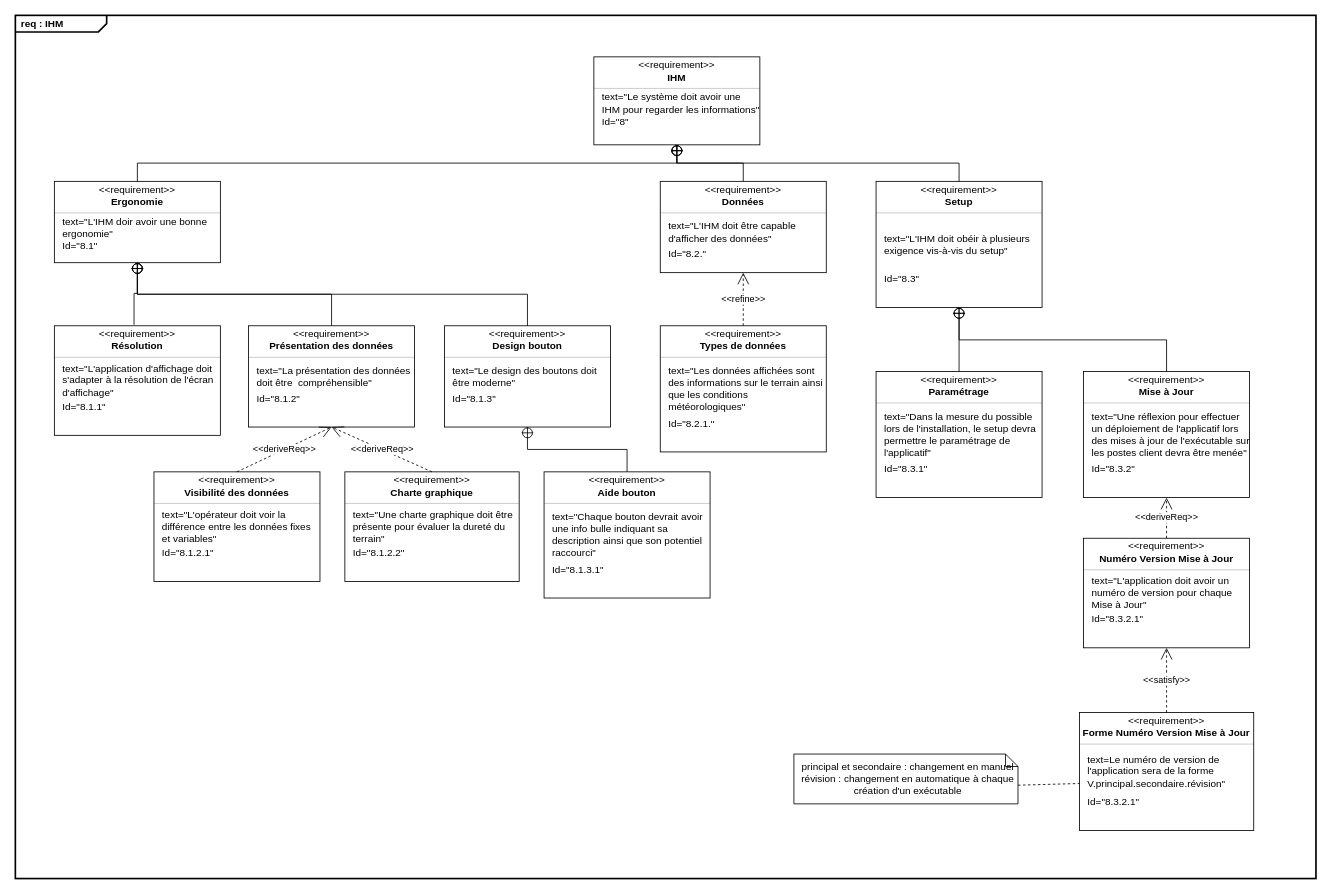
Earlier version of the draw.io diagram SYSML/Diagramme_Requirement_IHM.drawio (ToGen49/Hippodrome). Source tidied: cells renumbered, new cells numbered last; positions are measured from the earlier drawing's top-left corner, leaving out a move shared by most shapes. Both pictures are drawn from the tidied source at 83%, with x=0, y=0 at pixel (15, 15).
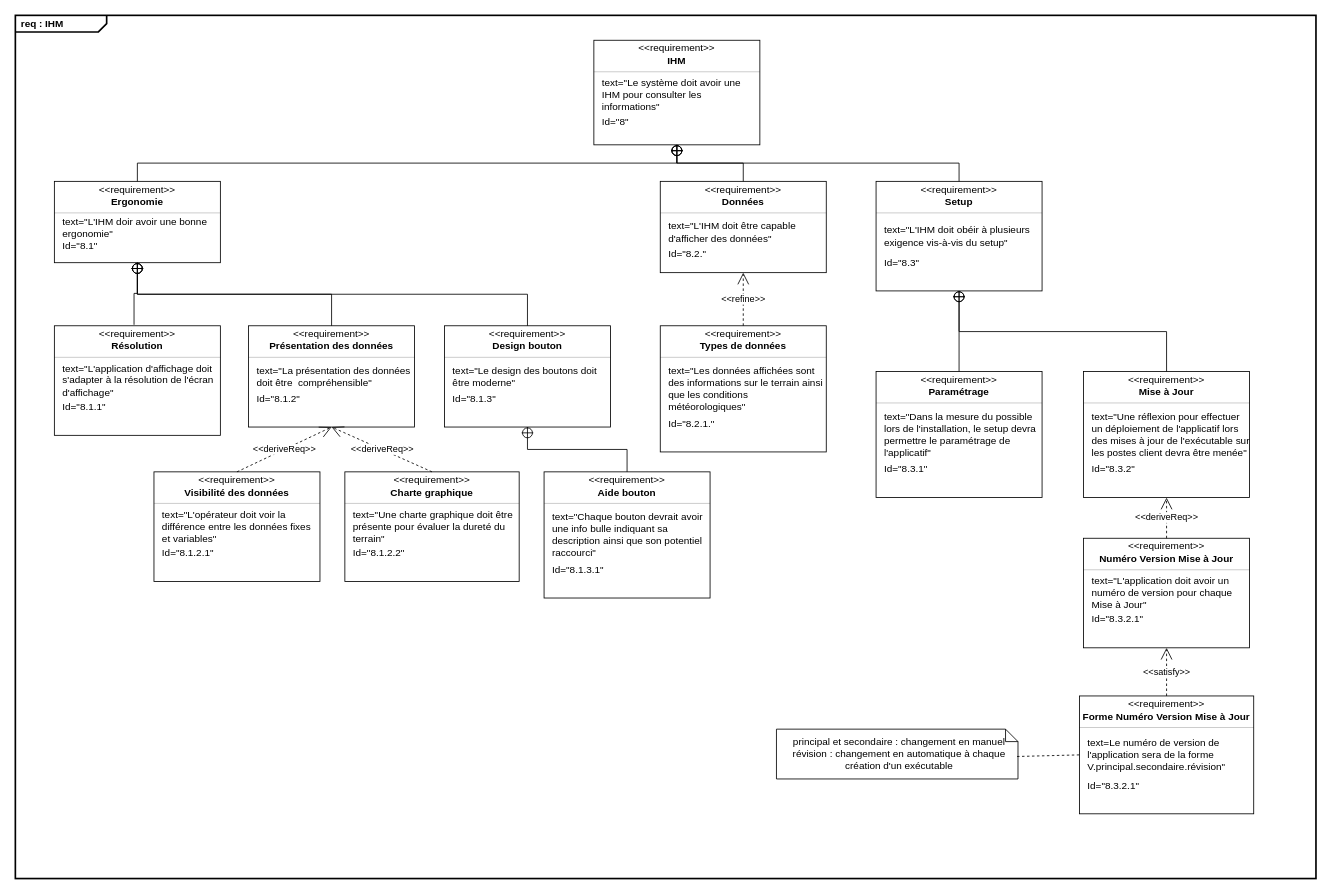
After the change.

Commit message (it also covers changes not shown here):
Mettre à jour Diagramme_Requirement_IHM.drawio

The change refers to these unchanged cells:
```xml
<mxCell id="117" value="text=Le numéro de version de l'application sera de la forme&lt;div&gt;V.principal.secondaire.révision&quot;&lt;/div&gt;" style="html=1;align=left;spacing=0;verticalAlign=middle;strokeColor=none;fillColor=none;whiteSpace=wrap;spacingLeft=10;" parent="113" vertex="1">
  <mxGeometry y="42" width="210" height="58" as="geometry" />
</mxCell>
```

Change to the diagram source:
```diff
@@
     <mxCell id="3" style="fontStyle=1;align=center;verticalAlign=middle;horizontal=1;" parent="1" vertex="1">
-      <mxGeometry x="697" y="50" width="200" height="106" as="geometry" />
+      <mxGeometry x="697" y="30" width="200" height="126" as="geometry" />
     </mxCell>
@@
-    <mxCell id="7" value="text=&quot;Le système doit avoir une IHM pour regarder les informations&quot;" style="html=1;align=left;spacing=0;verticalAlign=middle;strokeColor=none;fillColor=none;whiteSpace=wrap;spacingLeft=10;" parent="3" vertex="1">
-      <mxGeometry y="42" width="200" height="28" as="geometry" />
+    <mxCell id="7" value="text=&quot;Le système doit avoir une IHM pour consulter les informations&quot;" style="html=1;align=left;spacing=0;verticalAlign=middle;strokeColor=none;fillColor=none;whiteSpace=wrap;spacingLeft=10;" parent="3" vertex="1">
+      <mxGeometry y="42" width="200" height="48" as="geometry" />
     </mxCell>
     <mxCell id="8" value="Id=&quot;8&quot;" style="html=1;align=left;spacing=0;verticalAlign=middle;strokeColor=none;fillColor=none;whiteSpace=wrap;spacingLeft=10;" parent="3" vertex="1">
-      <mxGeometry y="70" width="200" height="16" as="geometry" />
+      <mxGeometry y="90" width="200" height="16" as="geometry" />
     </mxCell>
     <mxCell id="9" style="html=1;align=center;spacing=0;verticalAlign=middle;strokeColor=none;fillColor=none;whiteSpace=wrap;" parent="3" vertex="1">
-      <mxGeometry y="86" width="200" height="20" as="geometry" />
+      <mxGeometry y="106" width="200" height="20" as="geometry" />
     </mxCell>
@@
     <mxCell id="82" style="fontStyle=1;align=center;verticalAlign=middle;horizontal=1;" parent="1" vertex="1">
-      <mxGeometry x="1037" y="200" width="200" height="152" as="geometry" />
+      <mxGeometry x="1037" y="200" width="200" height="132" as="geometry" />
     </mxCell>
@@
     <mxCell id="86" value="text=&quot;L'IHM doit obéir à plusieurs exigence vis-à-vis du setup&quot;" style="html=1;align=left;spacing=0;verticalAlign=middle;strokeColor=none;fillColor=none;whiteSpace=wrap;spacingLeft=10;" parent="82" vertex="1">
-      <mxGeometry y="42" width="200" height="68" as="geometry" />
+      <mxGeometry y="42" width="200" height="48" as="geometry" />
     </mxCell>
     <mxCell id="87" value="Id=&quot;8.3&quot;" style="html=1;align=left;spacing=0;verticalAlign=middle;strokeColor=none;fillColor=none;whiteSpace=wrap;spacingLeft=10;" parent="82" vertex="1">
-      <mxGeometry y="110" width="200" height="16" as="geometry" />
+      <mxGeometry y="90" width="200" height="16" as="geometry" />
     </mxCell>
     <mxCell id="88" style="html=1;align=center;spacing=0;verticalAlign=middle;strokeColor=none;fillColor=none;whiteSpace=wrap;" parent="82" vertex="1">
-      <mxGeometry y="126" width="200" height="26" as="geometry" />
+      <mxGeometry y="106" width="200" height="26" as="geometry" />
     </mxCell>
@@
     <mxCell id="113" style="fontStyle=1;align=center;verticalAlign=middle;horizontal=1;" parent="1" vertex="1">
-      <mxGeometry x="1282" y="840" width="210" height="142" as="geometry" />
+      <mxGeometry x="1282" y="820" width="210" height="142" as="geometry" />
     </mxCell>
@@
     <mxCell id="122" value="principal et secondaire : changement en manuel&lt;div&gt;révision : changement en automatique à chaque création d'un exécutable&lt;/div&gt;" style="shape=note;size=15;align=left;spacingLeft=5;html=1;whiteSpace=wrap;align=center;" parent="1" vertex="1">
-      <mxGeometry x="938" y="890" width="270" height="60" as="geometry" />
+      <mxGeometry x="917" y="860" width="291" height="60" as="geometry" />
     </mxCell>
-    <mxCell id="123" style="endArrow=none;edgeStyle=none;dashed=1;html=1;rounded=0;entryX=0;entryY=0.75;entryDx=0;entryDy=0;exitX=0;exitY=0;exitDx=270;exitDy=37.5;exitPerimeter=0;" parent="1" edge="1" source="122" target="117">
+    <mxCell id="123" style="endArrow=none;edgeStyle=none;dashed=1;html=1;rounded=0;entryX=0;entryY=0.5;entryDx=0;entryDy=0;exitX=0.996;exitY=0.549;exitDx=0;exitDy=0;exitPerimeter=0;" parent="1" edge="1" source="122" target="117">
       <mxGeometry relative="1" as="geometry" />
     </mxCell>
```
